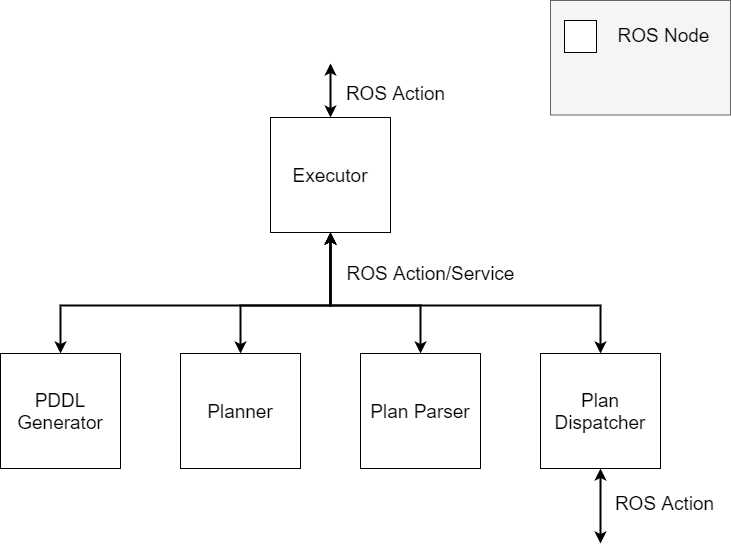
MERLIN2-ARCH/merlin2 keeps this draw.io diagram as merlin2_plan_sys/merlin2_plan_sys.png. Above is the earlier version. Source tidied: cells renumbered, new cells last; positions are measured from the earlier drawing's top-left corner, leaving out a move shared by most shapes.
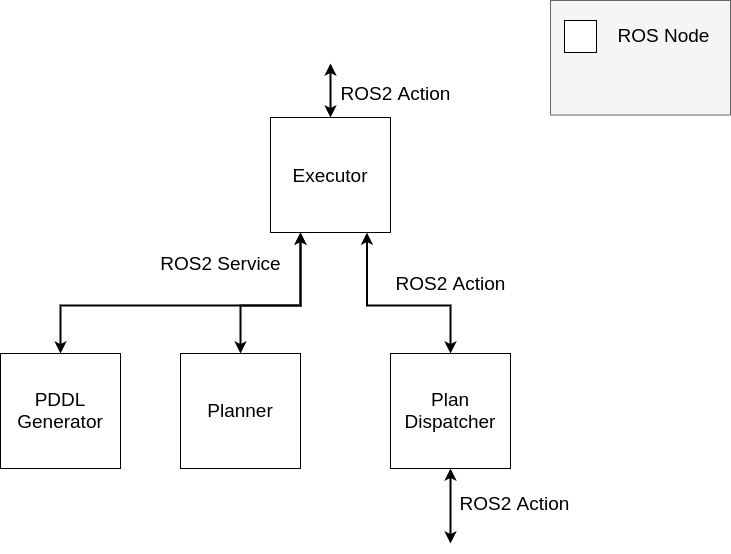
The same file after the commit.

Commit message:
plan parser removed

The edit, as a diff of the source:
```diff
@@ -22,27 +22,21 @@
         </Array>
       </mxGeometry>
     </mxCell>
-    <mxCell id="7" style="edgeStyle=orthogonalEdgeStyle;rounded=0;jettySize=auto;html=1;entryX=0.5;entryY=0;entryDx=0;entryDy=0;strokeWidth=2;exitX=0.5;exitY=1;exitDx=0;exitDy=0;startArrow=classic;startFill=1;" parent="1" edge="1" source="2" target="12">
-      <mxGeometry relative="1" as="geometry">
-        <Array as="points">
-          <mxPoint x="330" y="305" />
-          <mxPoint x="420" y="305" />
-        </Array>
-      </mxGeometry>
-    </mxCell>
-    <mxCell id="8" style="edgeStyle=orthogonalEdgeStyle;rounded=0;jettySize=auto;html=1;entryX=0.5;entryY=0;entryDx=0;entryDy=0;strokeWidth=2;exitX=0.5;exitY=1;exitDx=0;exitDy=0;startArrow=classic;startFill=1;" parent="1" edge="1" source="2" target="11">
+    <mxCell id="8" style="edgeStyle=orthogonalEdgeStyle;rounded=0;jettySize=auto;html=1;entryX=0.5;entryY=0;entryDx=0;entryDy=0;strokeWidth=2;startArrow=classic;startFill=1;" parent="1" edge="1" target="11">
       <mxGeometry relative="1" as="geometry">
+        <mxPoint x="300" y="232" as="sourcePoint" />
         <Array as="points">
-          <mxPoint x="330" y="305" />
+          <mxPoint x="300" y="232" />
+          <mxPoint x="300" y="305" />
           <mxPoint x="240" y="305" />
         </Array>
       </mxGeometry>
     </mxCell>
-    <mxCell id="9" style="edgeStyle=orthogonalEdgeStyle;rounded=0;jettySize=auto;html=1;entryX=0.5;entryY=0;entryDx=0;entryDy=0;strokeWidth=2;exitX=0.5;exitY=1;exitDx=0;exitDy=0;startArrow=classic;startFill=1;" parent="1" edge="1" source="2" target="13">
+    <mxCell id="9" style="edgeStyle=orthogonalEdgeStyle;rounded=0;jettySize=auto;html=1;entryX=0.5;entryY=0;entryDx=0;entryDy=0;strokeWidth=2;exitX=0.804;exitY=1.001;exitDx=0;exitDy=0;startArrow=classic;startFill=1;exitPerimeter=0;" parent="1" edge="1" source="2" target="13">
       <mxGeometry relative="1" as="geometry">
         <Array as="points">
-          <mxPoint x="330" y="305" />
-          <mxPoint x="600" y="305" />
+          <mxPoint x="367" y="305" />
+          <mxPoint x="450" y="305" />
         </Array>
       </mxGeometry>
     </mxCell>
@@ -52,36 +46,36 @@
     <mxCell id="11" value="&lt;div style=&quot;font-size: 19px&quot;&gt;&lt;div style=&quot;font-size: 19px&quot;&gt;Planner&lt;/div&gt;&lt;/div&gt;" style="rounded=0;whiteSpace=wrap;html=1;fontSize=19;" parent="1" vertex="1">
       <mxGeometry x="180" y="353" width="120" height="115" as="geometry" />
     </mxCell>
-    <mxCell id="12" value="&lt;div style=&quot;font-size: 19px&quot;&gt;&lt;div style=&quot;font-size: 19px&quot;&gt;Plan Parser&lt;/div&gt;&lt;/div&gt;" style="rounded=0;whiteSpace=wrap;html=1;fontSize=19;" parent="1" vertex="1">
-      <mxGeometry x="360" y="353" width="120" height="115" as="geometry" />
-    </mxCell>
     <mxCell id="13" value="&lt;div style=&quot;font-size: 19px&quot;&gt;&lt;div style=&quot;font-size: 19px&quot;&gt;Plan Dispatcher&lt;/div&gt;&lt;/div&gt;" style="rounded=0;whiteSpace=wrap;html=1;fontSize=19;" parent="1" vertex="1">
-      <mxGeometry x="540" y="353" width="120" height="115" as="geometry" />
+      <mxGeometry x="390" y="353" width="120" height="115" as="geometry" />
     </mxCell>
-    <mxCell id="14" style="edgeStyle=orthogonalEdgeStyle;rounded=0;jettySize=auto;html=1;entryX=0.5;entryY=0;entryDx=0;entryDy=0;strokeWidth=2;exitX=0.5;exitY=1;exitDx=0;exitDy=0;startArrow=classic;startFill=1;" parent="1" edge="1" source="2" target="10">
+    <mxCell id="14" style="edgeStyle=orthogonalEdgeStyle;rounded=0;jettySize=auto;html=1;entryX=0.5;entryY=0;entryDx=0;entryDy=0;strokeWidth=2;exitX=0.25;exitY=1;exitDx=0;exitDy=0;startArrow=classic;startFill=1;" parent="1" edge="1" source="2" target="10">
       <mxGeometry relative="1" as="geometry">
         <Array as="points">
-          <mxPoint x="330" y="305" />
+          <mxPoint x="300" y="305" />
           <mxPoint x="60" y="305" />
         </Array>
       </mxGeometry>
     </mxCell>
     <mxCell id="15" style="edgeStyle=orthogonalEdgeStyle;rounded=0;jettySize=auto;html=1;strokeWidth=2;startArrow=classic;startFill=1;exitX=0.5;exitY=1;exitDx=0;exitDy=0;" parent="1" edge="1" source="13">
       <mxGeometry relative="1" as="geometry">
-        <mxPoint x="600" y="543" as="targetPoint" />
+        <mxPoint x="450" y="543" as="targetPoint" />
         <Array as="points">
-          <mxPoint x="600" y="536" />
+          <mxPoint x="450" y="536" />
         </Array>
       </mxGeometry>
     </mxCell>
-    <mxCell id="16" value="&lt;font style=&quot;font-size: 19px&quot;&gt;ROS Action&lt;/font&gt;" style="text;html=1;align=center;verticalAlign=middle;" parent="1" vertex="1">
-      <mxGeometry x="340" y="83" width="110" height="20" as="geometry" />
+    <mxCell id="16" value="&lt;font style=&quot;font-size: 19px&quot;&gt;ROS2 Action&lt;/font&gt;" style="text;html=1;align=center;verticalAlign=middle;" parent="1" vertex="1">
+      <mxGeometry x="335" y="83" width="120" height="20" as="geometry" />
     </mxCell>
-    <mxCell id="17" value="&lt;font style=&quot;font-size: 19px&quot;&gt;ROS Action&lt;/font&gt;" style="text;html=1;align=center;verticalAlign=middle;" parent="1" vertex="1">
-      <mxGeometry x="608.5" y="493" width="110" height="20" as="geometry" />
+    <mxCell id="17" value="&lt;font style=&quot;font-size: 19px&quot;&gt;ROS2 Action&lt;/font&gt;" style="text;html=1;align=center;verticalAlign=middle;" parent="1" vertex="1">
+      <mxGeometry x="453.5" y="493" width="120" height="20" as="geometry" />
     </mxCell>
-    <mxCell id="18" value="&lt;font style=&quot;font-size: 19px&quot;&gt;ROS Action/Service&lt;/font&gt;" style="text;html=1;align=center;verticalAlign=middle;" parent="1" vertex="1">
-      <mxGeometry x="340" y="263" width="180" height="20" as="geometry" />
+    <mxCell id="18" value="&lt;font style=&quot;font-size: 19px&quot;&gt;ROS2 Service&lt;/font&gt;" style="text;html=1;align=center;verticalAlign=middle;" parent="1" vertex="1">
+      <mxGeometry x="150" y="253" width="140" height="20" as="geometry" />
     </mxCell>
+    <mxCell id="19" value="&lt;font style=&quot;font-size: 19px&quot;&gt;ROS2 Action&lt;/font&gt;" style="text;html=1;align=center;verticalAlign=middle;" parent="1" vertex="1">
+      <mxGeometry x="390" y="273" width="120" height="20" as="geometry" />
+    </mxCell>
   </root>
 </mxGraphModel>
```
